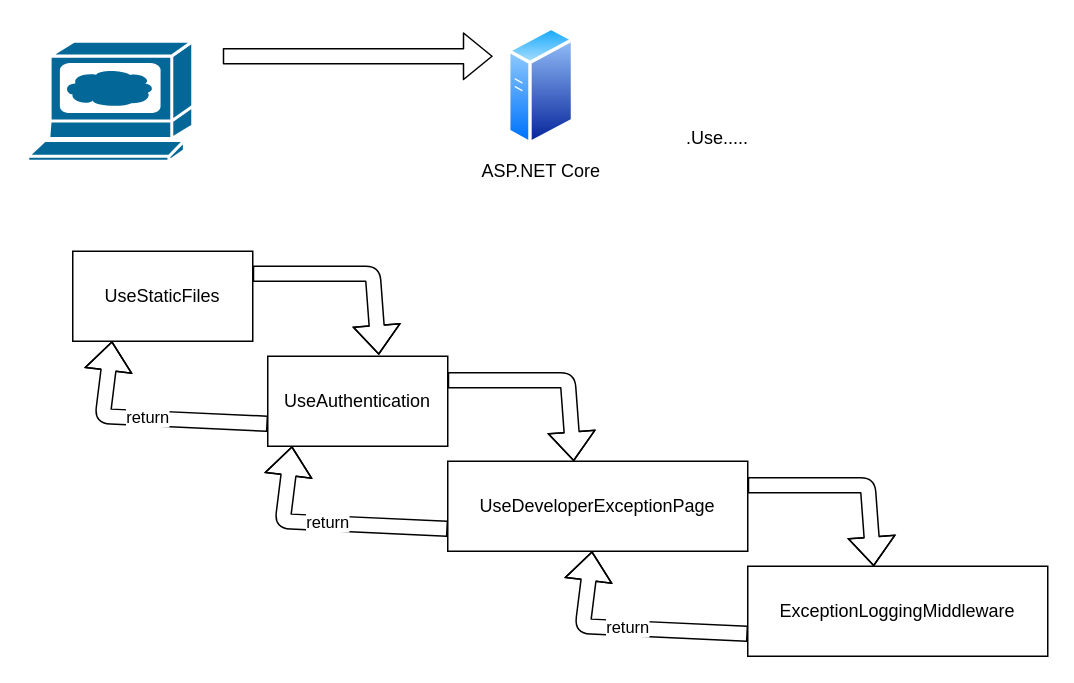
Earlier version of the draw.io diagram page "middleware" (3 of 3) of tekeningetjes.drawio (JPtenBerge/belastingdienst-2022-09). Source tidied: cells renumbered, new cells numbered last; positions are measured from the earlier drawing's top-left corner, leaving out a move shared by most shapes. Both pictures are drawn from the tidied source at 150%, with x=0, y=0 at pixel (27, 26).
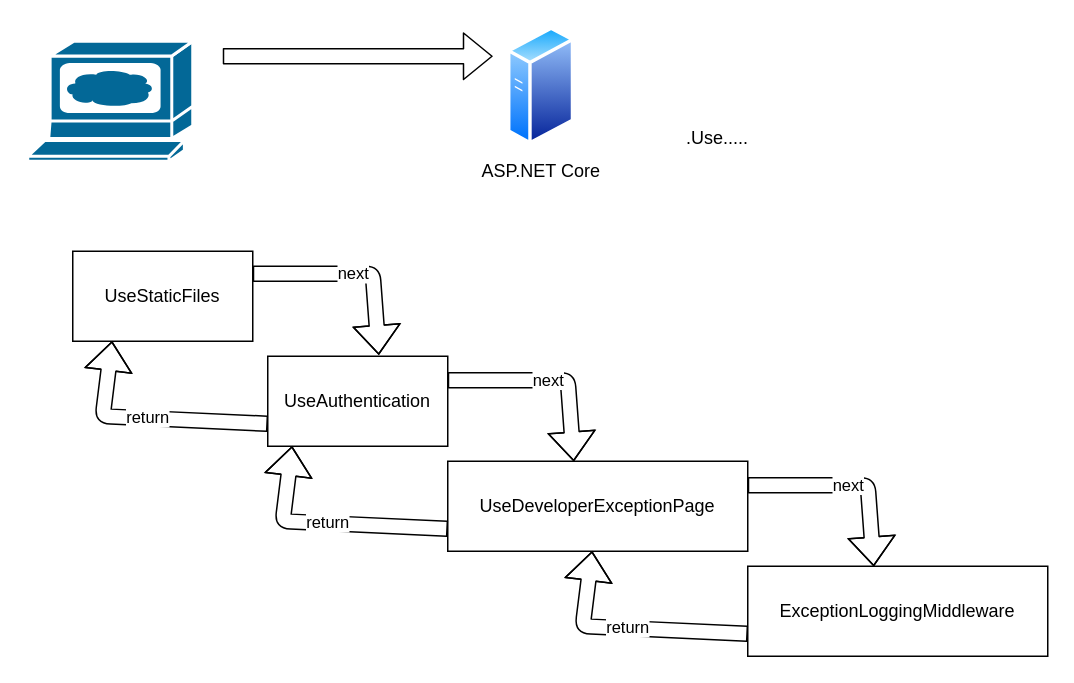
The same page after the edit.

The change refers to these unchanged cells:
```xml
<mxCell id="6" value="UseStaticFiles" style="rounded=0;whiteSpace=wrap;html=1;" parent="1" vertex="1">
  <mxGeometry x="30" y="150" width="120" height="60" as="geometry" />
</mxCell>
<mxCell id="7" value="UseAuthentication" style="rounded=0;whiteSpace=wrap;html=1;" parent="1" vertex="1">
  <mxGeometry x="160" y="220" width="120" height="60" as="geometry" />
</mxCell>
```

The edit, as a diff of the source:
```diff
@@
-    <mxCell id="10" style="shape=flexArrow;endArrow=classic;html=1;exitX=1;exitY=0.25;exitDx=0;exitDy=0;entryX=0.617;entryY=-0.017;entryDx=0;entryDy=0;entryPerimeter=0;" parent="1" edge="1" source="6" target="7">
+    <mxCell id="10" value="next" style="shape=flexArrow;endArrow=classic;html=1;exitX=1;exitY=0.25;exitDx=0;exitDy=0;entryX=0.617;entryY=-0.017;entryDx=0;entryDy=0;entryPerimeter=0;" parent="1" edge="1" source="6" target="7">
       <mxGeometry relative="1" as="geometry">
         <Array as="points">
           <mxPoint x="230" y="165" />
         </Array>
       </mxGeometry>
     </mxCell>
-    <mxCell id="11" style="shape=flexArrow;endArrow=classic;html=1;exitX=1;exitY=0.25;exitDx=0;exitDy=0;entryX=0.617;entryY=-0.017;entryDx=0;entryDy=0;entryPerimeter=0;" parent="1" edge="1">
+    <mxCell id="11" value="next" style="shape=flexArrow;endArrow=classic;html=1;exitX=1;exitY=0.25;exitDx=0;exitDy=0;entryX=0.617;entryY=-0.017;entryDx=0;entryDy=0;entryPerimeter=0;" parent="1" edge="1">
       <mxGeometry relative="1" as="geometry">
         <mxPoint x="280" y="236" as="sourcePoint" />
         <mxPoint x="364" y="290" as="targetPoint" />
         <Array as="points">
           <mxPoint x="360" y="236" />
         </Array>
       </mxGeometry>
     </mxCell>
-    <mxCell id="12" style="shape=flexArrow;endArrow=classic;html=1;exitX=1;exitY=0.25;exitDx=0;exitDy=0;entryX=0.617;entryY=-0.017;entryDx=0;entryDy=0;entryPerimeter=0;" parent="1" edge="1">
+    <mxCell id="12" value="next" style="shape=flexArrow;endArrow=classic;html=1;exitX=1;exitY=0.25;exitDx=0;exitDy=0;entryX=0.617;entryY=-0.017;entryDx=0;entryDy=0;entryPerimeter=0;" parent="1" edge="1">
       <mxGeometry relative="1" as="geometry">
         <mxPoint x="480" y="306" as="sourcePoint" />
         <mxPoint x="564" y="360" as="targetPoint" />
         <Array as="points">
           <mxPoint x="560" y="306" />
         </Array>
       </mxGeometry>
     </mxCell>
```
